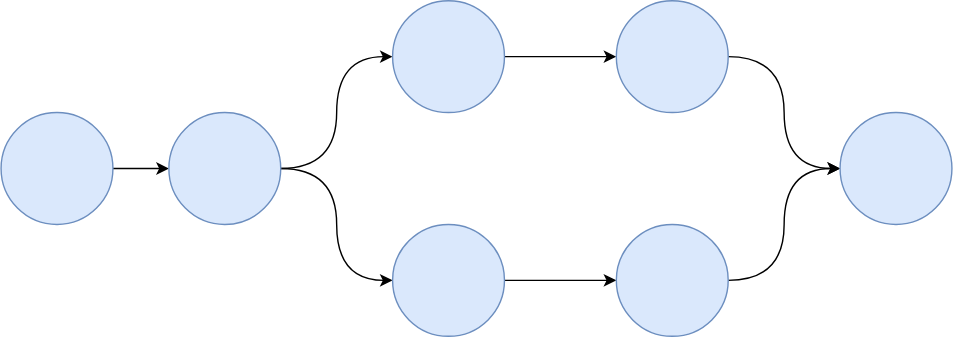
Sydney-Informatics-Hub/intro-git keeps this draw.io diagram as fig/merge-dag.svg. Above is the earlier version. Source tidied: cells renumbered, new cells last; positions are measured from the earlier drawing's top-left corner, leaving out a move shared by most shapes. The source it was exported from:
```xml
<mxGraphModel>
  <root>
    <mxCell id="0" />
    <mxCell id="1" parent="0" />
    <mxCell id="2" style="edgeStyle=orthogonalEdgeStyle;rounded=0;jettySize=auto;html=1;exitX=1;exitY=0.5;exitDx=0;exitDy=0;" parent="1" edge="1" source="3" target="6">
      <mxGeometry relative="1" as="geometry" />
    </mxCell>
    <mxCell id="3" style="ellipse;whiteSpace=wrap;html=1;fillColor=#dae8fc;strokeColor=#6c8ebf;" parent="1" vertex="1">
      <mxGeometry y="80" width="80" height="80" as="geometry" />
    </mxCell>
    <mxCell id="4" style="edgeStyle=orthogonalEdgeStyle;rounded=0;jettySize=auto;html=1;exitX=1;exitY=0.5;exitDx=0;exitDy=0;entryX=0;entryY=0.5;entryDx=0;entryDy=0;curved=1;" parent="1" edge="1" source="6" target="8">
      <mxGeometry relative="1" as="geometry" />
    </mxCell>
    <mxCell id="5" style="edgeStyle=orthogonalEdgeStyle;curved=1;rounded=0;jettySize=auto;html=1;exitX=1;exitY=0.5;exitDx=0;exitDy=0;entryX=0;entryY=0.5;entryDx=0;entryDy=0;" parent="1" edge="1" source="6" target="12">
      <mxGeometry relative="1" as="geometry" />
    </mxCell>
    <mxCell id="6" style="ellipse;whiteSpace=wrap;html=1;fillColor=#dae8fc;strokeColor=#6c8ebf;" parent="1" vertex="1">
      <mxGeometry x="120" y="80" width="80" height="80" as="geometry" />
    </mxCell>
    <mxCell id="7" style="edgeStyle=orthogonalEdgeStyle;rounded=0;jettySize=auto;html=1;exitX=1;exitY=0.5;exitDx=0;exitDy=0;entryX=0;entryY=0.5;entryDx=0;entryDy=0;" parent="1" edge="1" source="8" target="10">
      <mxGeometry relative="1" as="geometry" />
    </mxCell>
    <mxCell id="8" style="ellipse;whiteSpace=wrap;html=1;fillColor=#dae8fc;strokeColor=#6c8ebf;" parent="1" vertex="1">
      <mxGeometry x="280" width="80" height="80" as="geometry" />
    </mxCell>
    <mxCell id="9" style="edgeStyle=orthogonalEdgeStyle;curved=1;rounded=0;jettySize=auto;html=1;exitX=1;exitY=0.5;exitDx=0;exitDy=0;entryX=0;entryY=0.5;entryDx=0;entryDy=0;" parent="1" edge="1" source="10" target="15">
      <mxGeometry relative="1" as="geometry" />
    </mxCell>
    <mxCell id="10" style="ellipse;whiteSpace=wrap;html=1;fillColor=#dae8fc;strokeColor=#6c8ebf;" parent="1" vertex="1">
      <mxGeometry x="440" width="80" height="80" as="geometry" />
    </mxCell>
    <mxCell id="11" style="edgeStyle=orthogonalEdgeStyle;curved=1;rounded=0;jettySize=auto;html=1;exitX=1;exitY=0.5;exitDx=0;exitDy=0;entryX=0;entryY=0.5;entryDx=0;entryDy=0;" parent="1" edge="1" source="12" target="14">
      <mxGeometry relative="1" as="geometry" />
    </mxCell>
    <mxCell id="12" style="ellipse;whiteSpace=wrap;html=1;fillColor=#dae8fc;strokeColor=#6c8ebf;" parent="1" vertex="1">
      <mxGeometry x="280" y="160" width="80" height="80" as="geometry" />
    </mxCell>
    <mxCell id="13" style="edgeStyle=orthogonalEdgeStyle;curved=1;rounded=0;jettySize=auto;html=1;exitX=1;exitY=0.5;exitDx=0;exitDy=0;entryX=0;entryY=0.5;entryDx=0;entryDy=0;" parent="1" edge="1" source="14" target="15">
      <mxGeometry relative="1" as="geometry" />
    </mxCell>
    <mxCell id="14" style="ellipse;whiteSpace=wrap;html=1;fillColor=#dae8fc;strokeColor=#6c8ebf;" parent="1" vertex="1">
      <mxGeometry x="440" y="160" width="80" height="80" as="geometry" />
    </mxCell>
    <mxCell id="15" style="ellipse;whiteSpace=wrap;html=1;fillColor=#dae8fc;strokeColor=#6c8ebf;" parent="1" vertex="1">
      <mxGeometry x="600" y="80" width="80" height="80" as="geometry" />
    </mxCell>
  </root>
</mxGraphModel>
```
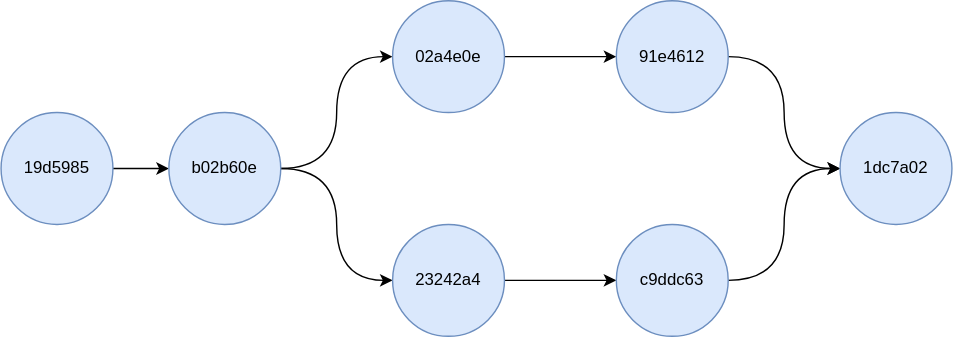
The same diagram one commit later.

What changed in the source:
```diff
@@ -5,7 +5,7 @@
     <mxCell id="2" style="edgeStyle=orthogonalEdgeStyle;rounded=0;jettySize=auto;html=1;exitX=1;exitY=0.5;exitDx=0;exitDy=0;" parent="1" edge="1" source="3" target="6">
       <mxGeometry relative="1" as="geometry" />
     </mxCell>
-    <mxCell id="3" style="ellipse;whiteSpace=wrap;html=1;fillColor=#dae8fc;strokeColor=#6c8ebf;" parent="1" vertex="1">
+    <mxCell id="3" value="19d5985" style="ellipse;whiteSpace=wrap;html=1;fillColor=#dae8fc;strokeColor=#6c8ebf;" parent="1" vertex="1">
       <mxGeometry y="80" width="80" height="80" as="geometry" />
     </mxCell>
     <mxCell id="4" style="edgeStyle=orthogonalEdgeStyle;rounded=0;jettySize=auto;html=1;exitX=1;exitY=0.5;exitDx=0;exitDy=0;entryX=0;entryY=0.5;entryDx=0;entryDy=0;curved=1;" parent="1" edge="1" source="6" target="8">
@@ -14,34 +14,34 @@
     <mxCell id="5" style="edgeStyle=orthogonalEdgeStyle;curved=1;rounded=0;jettySize=auto;html=1;exitX=1;exitY=0.5;exitDx=0;exitDy=0;entryX=0;entryY=0.5;entryDx=0;entryDy=0;" parent="1" edge="1" source="6" target="12">
       <mxGeometry relative="1" as="geometry" />
     </mxCell>
-    <mxCell id="6" style="ellipse;whiteSpace=wrap;html=1;fillColor=#dae8fc;strokeColor=#6c8ebf;" parent="1" vertex="1">
+    <mxCell id="6" value="b02b60e" style="ellipse;whiteSpace=wrap;html=1;fillColor=#dae8fc;strokeColor=#6c8ebf;" parent="1" vertex="1">
       <mxGeometry x="120" y="80" width="80" height="80" as="geometry" />
     </mxCell>
     <mxCell id="7" style="edgeStyle=orthogonalEdgeStyle;rounded=0;jettySize=auto;html=1;exitX=1;exitY=0.5;exitDx=0;exitDy=0;entryX=0;entryY=0.5;entryDx=0;entryDy=0;" parent="1" edge="1" source="8" target="10">
       <mxGeometry relative="1" as="geometry" />
     </mxCell>
-    <mxCell id="8" style="ellipse;whiteSpace=wrap;html=1;fillColor=#dae8fc;strokeColor=#6c8ebf;" parent="1" vertex="1">
+    <mxCell id="8" value="02a4e0e" style="ellipse;whiteSpace=wrap;html=1;fillColor=#dae8fc;strokeColor=#6c8ebf;" parent="1" vertex="1">
       <mxGeometry x="280" width="80" height="80" as="geometry" />
     </mxCell>
     <mxCell id="9" style="edgeStyle=orthogonalEdgeStyle;curved=1;rounded=0;jettySize=auto;html=1;exitX=1;exitY=0.5;exitDx=0;exitDy=0;entryX=0;entryY=0.5;entryDx=0;entryDy=0;" parent="1" edge="1" source="10" target="15">
       <mxGeometry relative="1" as="geometry" />
     </mxCell>
-    <mxCell id="10" style="ellipse;whiteSpace=wrap;html=1;fillColor=#dae8fc;strokeColor=#6c8ebf;" parent="1" vertex="1">
+    <mxCell id="10" value="91e4612" style="ellipse;whiteSpace=wrap;html=1;fillColor=#dae8fc;strokeColor=#6c8ebf;" parent="1" vertex="1">
       <mxGeometry x="440" width="80" height="80" as="geometry" />
     </mxCell>
     <mxCell id="11" style="edgeStyle=orthogonalEdgeStyle;curved=1;rounded=0;jettySize=auto;html=1;exitX=1;exitY=0.5;exitDx=0;exitDy=0;entryX=0;entryY=0.5;entryDx=0;entryDy=0;" parent="1" edge="1" source="12" target="14">
       <mxGeometry relative="1" as="geometry" />
     </mxCell>
-    <mxCell id="12" style="ellipse;whiteSpace=wrap;html=1;fillColor=#dae8fc;strokeColor=#6c8ebf;" parent="1" vertex="1">
+    <mxCell id="12" value="23242a4" style="ellipse;whiteSpace=wrap;html=1;fillColor=#dae8fc;strokeColor=#6c8ebf;" parent="1" vertex="1">
       <mxGeometry x="280" y="160" width="80" height="80" as="geometry" />
     </mxCell>
     <mxCell id="13" style="edgeStyle=orthogonalEdgeStyle;curved=1;rounded=0;jettySize=auto;html=1;exitX=1;exitY=0.5;exitDx=0;exitDy=0;entryX=0;entryY=0.5;entryDx=0;entryDy=0;" parent="1" edge="1" source="14" target="15">
       <mxGeometry relative="1" as="geometry" />
     </mxCell>
-    <mxCell id="14" style="ellipse;whiteSpace=wrap;html=1;fillColor=#dae8fc;strokeColor=#6c8ebf;" parent="1" vertex="1">
+    <mxCell id="14" value="c9ddc63" style="ellipse;whiteSpace=wrap;html=1;fillColor=#dae8fc;strokeColor=#6c8ebf;" parent="1" vertex="1">
       <mxGeometry x="440" y="160" width="80" height="80" as="geometry" />
     </mxCell>
-    <mxCell id="15" style="ellipse;whiteSpace=wrap;html=1;fillColor=#dae8fc;strokeColor=#6c8ebf;" parent="1" vertex="1">
+    <mxCell id="15" value="1dc7a02" style="ellipse;whiteSpace=wrap;html=1;fillColor=#dae8fc;strokeColor=#6c8ebf;" parent="1" vertex="1">
       <mxGeometry x="600" y="80" width="80" height="80" as="geometry" />
     </mxCell>
   </root>
```
